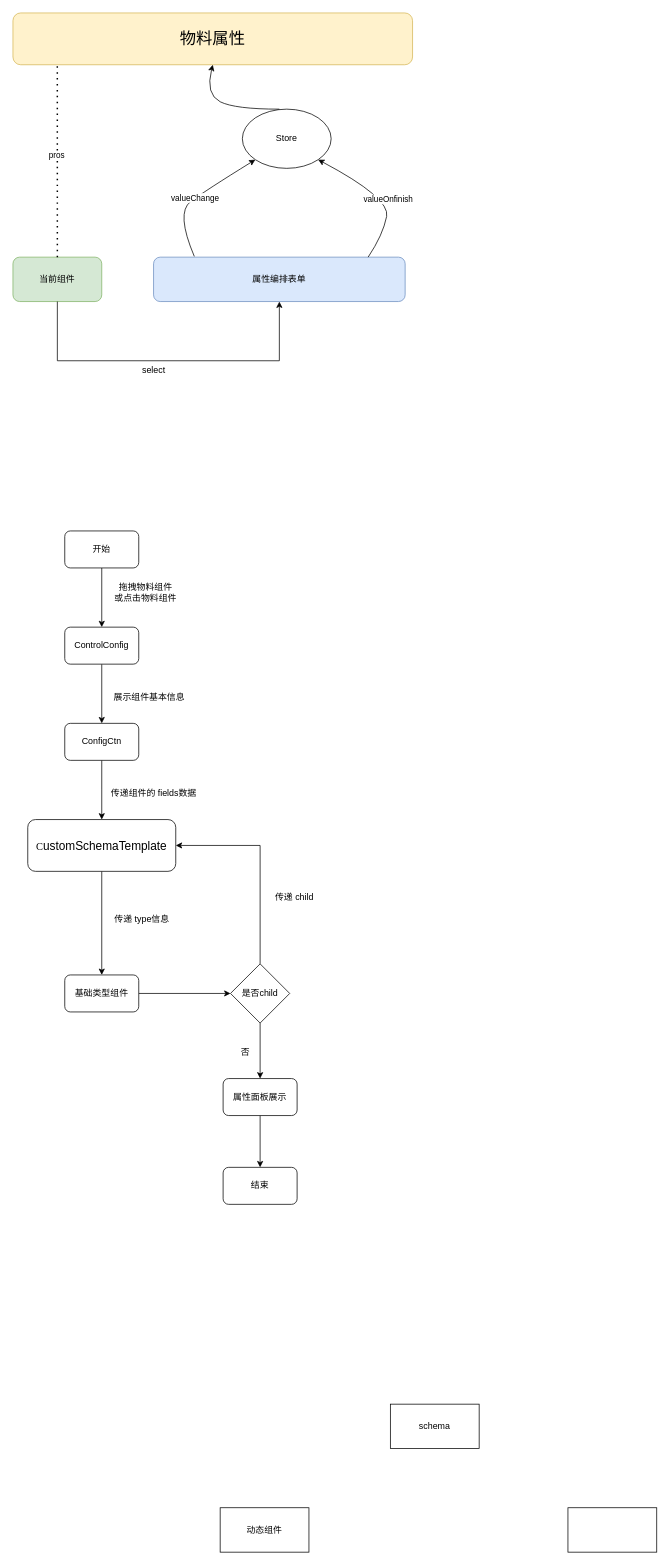
Above: 第四章/属性面板的解析.drawio in yuxinyu12345/diagrams (draw.io), before the change. Source tidied: cells renumbered, new cells numbered last; positions are measured from the earlier drawing's top-left corner, leaving out a move shared by most shapes. Both pictures are drawn from the tidied source at 74%, with x=0, y=0 at pixel (13, 13).
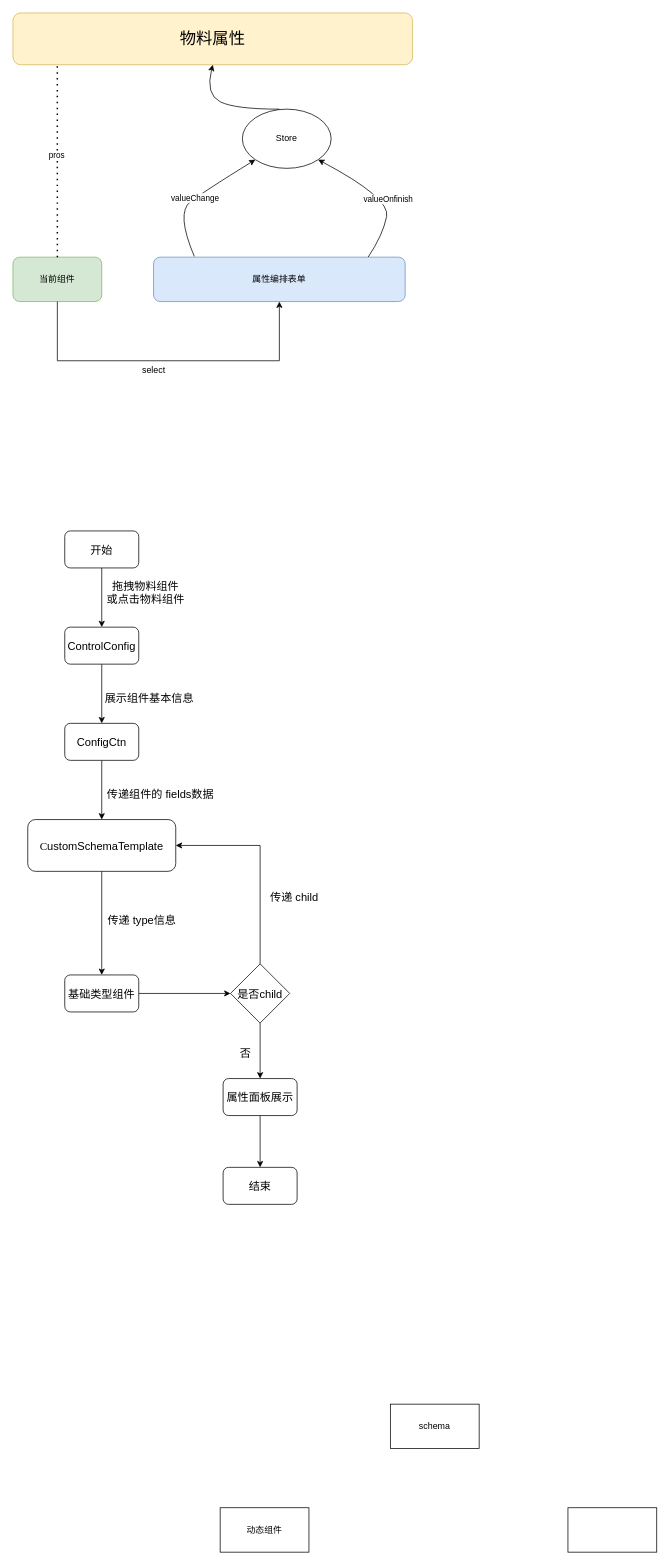
After the change.

Commit message:
更新属性面板的解析.drawio

The edit, as a diff of the source:
```diff
@@
-    <mxCell id="14" style="edgeStyle=orthogonalEdgeStyle;rounded=0;jettySize=auto;html=1;" parent="1" edge="1" source="15" target="17">
+    <mxCell id="14" style="edgeStyle=orthogonalEdgeStyle;rounded=0;jettySize=auto;html=1;fontSize=15;" parent="1" edge="1" source="15" target="17">
       <mxGeometry relative="1" as="geometry" />
     </mxCell>
-    <mxCell id="15" value="开始" style="rounded=1;whiteSpace=wrap;html=1;" parent="1" vertex="1">
+    <mxCell id="15" value="开始" style="rounded=1;whiteSpace=wrap;html=1;fontSize=15;" parent="1" vertex="1">
       <mxGeometry x="70" y="700" width="100" height="50" as="geometry" />
     </mxCell>
-    <mxCell id="16" style="edgeStyle=orthogonalEdgeStyle;rounded=0;jettySize=auto;html=1;" parent="1" edge="1" source="17" target="19">
+    <mxCell id="16" style="edgeStyle=orthogonalEdgeStyle;rounded=0;jettySize=auto;html=1;fontSize=15;" parent="1" edge="1" source="17" target="19">
       <mxGeometry relative="1" as="geometry" />
     </mxCell>
-    <mxCell id="17" value="ControlConfig" style="rounded=1;whiteSpace=wrap;html=1;" parent="1" vertex="1">
+    <mxCell id="17" value="ControlConfig" style="rounded=1;whiteSpace=wrap;html=1;fontSize=15;" parent="1" vertex="1">
       <mxGeometry x="70" y="830" width="100" height="50" as="geometry" />
     </mxCell>
-    <mxCell id="18" style="edgeStyle=orthogonalEdgeStyle;rounded=0;jettySize=auto;html=1;" parent="1" edge="1" source="19">
+    <mxCell id="18" style="edgeStyle=orthogonalEdgeStyle;rounded=0;jettySize=auto;html=1;fontSize=15;" parent="1" edge="1" source="19">
       <mxGeometry relative="1" as="geometry">
         <mxPoint x="120" y="1090" as="targetPoint" />
       </mxGeometry>
     </mxCell>
-    <mxCell id="19" value="ConfigCtn" style="rounded=1;whiteSpace=wrap;html=1;" parent="1" vertex="1">
+    <mxCell id="19" value="ConfigCtn" style="rounded=1;whiteSpace=wrap;html=1;fontSize=15;" parent="1" vertex="1">
       <mxGeometry x="70" y="960" width="100" height="50" as="geometry" />
     </mxCell>
-    <mxCell id="20" style="edgeStyle=orthogonalEdgeStyle;rounded=0;jettySize=auto;html=1;" parent="1" edge="1" source="21" target="23">
+    <mxCell id="20" style="edgeStyle=orthogonalEdgeStyle;rounded=0;jettySize=auto;html=1;fontSize=15;" parent="1" edge="1" source="21" target="23">
       <mxGeometry relative="1" as="geometry" />
     </mxCell>
-    <mxCell id="21" value="&lt;p style=&quot;margin: 0pt 0pt 0.0001pt; text-align: justify; font-family: &amp;quot;Times New Roman&amp;quot;; font-size: 10.5pt;&quot; class=&quot;MsoNormal&quot;&gt;C&lt;span style=&quot;font-family: 宋体; font-size: 12pt;&quot;&gt;ustom&lt;/span&gt;&lt;span style=&quot;font-family: 宋体; font-size: 12pt;&quot;&gt;S&lt;/span&gt;&lt;span style=&quot;font-family: 宋体; font-size: 12pt;&quot;&gt;chema&lt;/span&gt;&lt;span style=&quot;font-family: 宋体; font-size: 12pt;&quot;&gt;T&lt;/span&gt;&lt;span style=&quot;font-family: 宋体; font-size: 12pt;&quot;&gt;emplate&lt;/span&gt;&lt;/p&gt;" style="rounded=1;whiteSpace=wrap;html=1;" parent="1" vertex="1">
+    <mxCell id="21" value="&lt;p class=&quot;MsoNormal&quot; style=&quot;margin: 0pt 0pt 0.0001pt; text-align: justify; font-family: &amp;quot;Times New Roman&amp;quot;; font-size: 15px;&quot;&gt;C&lt;span style=&quot;font-family: 宋体; font-size: 15px;&quot;&gt;ustom&lt;/span&gt;&lt;span style=&quot;font-family: 宋体; font-size: 15px;&quot;&gt;S&lt;/span&gt;&lt;span style=&quot;font-family: 宋体; font-size: 15px;&quot;&gt;chema&lt;/span&gt;&lt;span style=&quot;font-family: 宋体; font-size: 15px;&quot;&gt;T&lt;/span&gt;&lt;span style=&quot;font-family: 宋体; font-size: 15px;&quot;&gt;emplate&lt;/span&gt;&lt;/p&gt;" style="rounded=1;whiteSpace=wrap;html=1;fontSize=15;" parent="1" vertex="1">
       <mxGeometry x="20" y="1090" width="200" height="70" as="geometry" />
     </mxCell>
-    <mxCell id="22" style="edgeStyle=orthogonalEdgeStyle;rounded=0;jettySize=auto;html=1;" parent="1" edge="1" source="23" target="36">
+    <mxCell id="22" style="edgeStyle=orthogonalEdgeStyle;rounded=0;jettySize=auto;html=1;fontSize=15;" parent="1" edge="1" source="23" target="36">
       <mxGeometry relative="1" as="geometry" />
     </mxCell>
-    <mxCell id="23" value="基础类型组件" style="rounded=1;whiteSpace=wrap;html=1;" parent="1" vertex="1">
+    <mxCell id="23" value="基础类型组件" style="rounded=1;whiteSpace=wrap;html=1;fontSize=15;" parent="1" vertex="1">
       <mxGeometry x="70" y="1300" width="100" height="50" as="geometry" />
     </mxCell>
-    <mxCell id="24" style="edgeStyle=orthogonalEdgeStyle;rounded=0;jettySize=auto;html=1;" parent="1" edge="1" source="25" target="26">
+    <mxCell id="24" style="edgeStyle=orthogonalEdgeStyle;rounded=0;jettySize=auto;html=1;fontSize=15;" parent="1" edge="1" source="25" target="26">
       <mxGeometry relative="1" as="geometry" />
     </mxCell>
-    <mxCell id="25" value="属性面板展示" style="rounded=1;whiteSpace=wrap;html=1;" parent="1" vertex="1">
+    <mxCell id="25" value="属性面板展示" style="rounded=1;whiteSpace=wrap;html=1;fontSize=15;" parent="1" vertex="1">
       <mxGeometry x="284" y="1440" width="100" height="50" as="geometry" />
     </mxCell>
-    <mxCell id="26" value="结束" style="rounded=1;whiteSpace=wrap;html=1;" parent="1" vertex="1">
+    <mxCell id="26" value="结束" style="rounded=1;whiteSpace=wrap;html=1;fontSize=15;" parent="1" vertex="1">
       <mxGeometry x="284" y="1560" width="100" height="50" as="geometry" />
     </mxCell>
@@
-    <mxCell id="30" value="拖拽物料组件&lt;br&gt;或点击物料组件" style="text;html=1;align=center;verticalAlign=middle;strokeColor=none;fillColor=none;" parent="1" vertex="1">
-      <mxGeometry x="124" y="763" width="110" height="40" as="geometry" />
+    <mxCell id="30" value="拖拽物料组件&lt;br style=&quot;font-size: 15px;&quot;&gt;或点击物料组件" style="text;html=1;align=center;verticalAlign=middle;strokeColor=none;fillColor=none;fontSize=15;" parent="1" vertex="1">
+      <mxGeometry x="114" y="758" width="130" height="50" as="geometry" />
     </mxCell>
-    <mxCell id="31" value="展示组件基本信息" style="text;html=1;align=center;verticalAlign=middle;strokeColor=none;fillColor=none;" parent="1" vertex="1">
-      <mxGeometry x="124" y="910" width="120" height="30" as="geometry" />
+    <mxCell id="31" value="展示组件基本信息" style="text;html=1;align=center;verticalAlign=middle;strokeColor=none;fillColor=none;fontSize=15;" parent="1" vertex="1">
+      <mxGeometry x="114" y="910" width="140" height="30" as="geometry" />
     </mxCell>
-    <mxCell id="32" value="传递组件的 fields数据" style="text;html=1;align=center;verticalAlign=middle;strokeColor=none;fillColor=none;" parent="1" vertex="1">
-      <mxGeometry x="120" y="1040" width="140" height="30" as="geometry" />
+    <mxCell id="32" value="传递组件的 fields数据" style="text;html=1;align=center;verticalAlign=middle;strokeColor=none;fillColor=none;fontSize=15;" parent="1" vertex="1">
+      <mxGeometry x="114" y="1040" width="170" height="30" as="geometry" />
     </mxCell>
-    <mxCell id="33" value="传递 type信息" style="text;html=1;align=center;verticalAlign=middle;strokeColor=none;fillColor=none;" parent="1" vertex="1">
-      <mxGeometry x="124" y="1210" width="100" height="30" as="geometry" />
+    <mxCell id="33" value="传递 type信息" style="text;html=1;align=center;verticalAlign=middle;strokeColor=none;fillColor=none;fontSize=15;" parent="1" vertex="1">
+      <mxGeometry x="114" y="1210" width="120" height="30" as="geometry" />
     </mxCell>
-    <mxCell id="34" style="edgeStyle=orthogonalEdgeStyle;rounded=0;jettySize=auto;html=1;exitX=0.5;exitY=0;exitDx=0;exitDy=0;entryX=1;entryY=0.5;entryDx=0;entryDy=0;" parent="1" edge="1" source="36" target="21">
+    <mxCell id="34" style="edgeStyle=orthogonalEdgeStyle;rounded=0;jettySize=auto;html=1;exitX=0.5;exitY=0;exitDx=0;exitDy=0;entryX=1;entryY=0.5;entryDx=0;entryDy=0;fontSize=15;" parent="1" edge="1" source="36" target="21">
       <mxGeometry relative="1" as="geometry" />
     </mxCell>
-    <mxCell id="35" style="edgeStyle=orthogonalEdgeStyle;rounded=0;jettySize=auto;html=1;" parent="1" edge="1" source="36" target="25">
+    <mxCell id="35" style="edgeStyle=orthogonalEdgeStyle;rounded=0;jettySize=auto;html=1;fontSize=15;" parent="1" edge="1" source="36" target="25">
       <mxGeometry relative="1" as="geometry" />
     </mxCell>
-    <mxCell id="36" value="是否child" style="rhombus;whiteSpace=wrap;html=1;" parent="1" vertex="1">
+    <mxCell id="36" value="是否child" style="rhombus;whiteSpace=wrap;html=1;fontSize=15;" parent="1" vertex="1">
       <mxGeometry x="294" y="1285" width="80" height="80" as="geometry" />
     </mxCell>
-    <mxCell id="37" value="否" style="text;html=1;align=center;verticalAlign=middle;strokeColor=none;fillColor=none;" parent="1" vertex="1">
+    <mxCell id="37" value="否" style="text;html=1;align=center;verticalAlign=middle;strokeColor=none;fillColor=none;fontSize=15;" parent="1" vertex="1">
       <mxGeometry x="294" y="1390" width="40" height="30" as="geometry" />
     </mxCell>
-    <mxCell id="38" value="传递 child" style="text;html=1;align=center;verticalAlign=middle;strokeColor=none;fillColor=none;" parent="1" vertex="1">
-      <mxGeometry x="340" y="1180" width="80" height="30" as="geometry" />
+    <mxCell id="38" value="传递 child" style="text;html=1;align=center;verticalAlign=middle;strokeColor=none;fillColor=none;fontSize=15;" parent="1" vertex="1">
+      <mxGeometry x="335" y="1180" width="90" height="30" as="geometry" />
     </mxCell>
```
